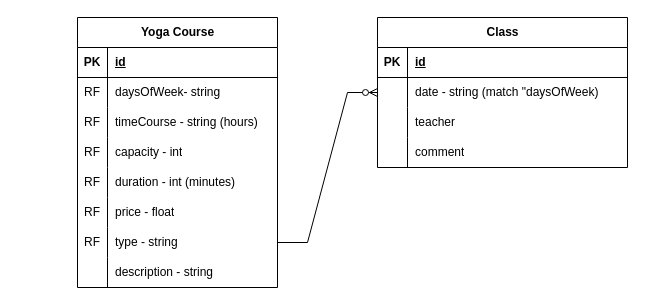
Before: page "Database" (1 of 2) of YogaApp.drawio in HungBuii/Yoga-App, a draw.io diagram. Source tidied: cells renumbered, new cells numbered last; positions are measured from the earlier drawing's top-left corner, leaving out a move shared by most shapes. Both pictures are drawn from the tidied source at 100%, with x=0, y=0 at pixel (77, 17).
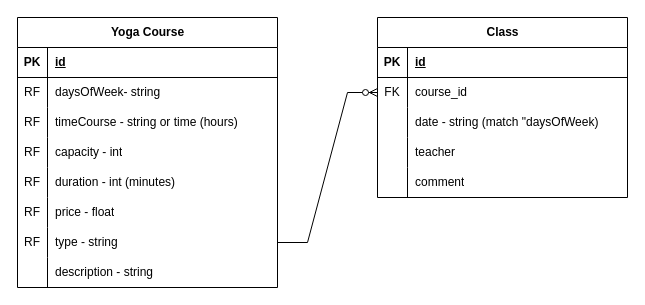
The same diagram, later.

The change refers to these unchanged cells:
```xml
<mxCell id="31" style="shape=tableRow;horizontal=0;startSize=0;swimlaneHead=0;swimlaneBody=0;fillColor=none;points=[[0,0.5],[1,0.5]];portConstraint=eastwest;top=0;left=0;right=0;bottom=0;" parent="27" vertex="1">
  <mxGeometry y="60" width="250" height="30" as="geometry" />
</mxCell>
```

Diff of the diagram source:
```diff
@@
     <mxCell id="2" value="Yoga Course" style="shape=table;startSize=30;childLayout=tableLayout;rowLines=0;fontStyle=1;align=center;html=1;" parent="1" vertex="1">
-      <mxGeometry width="200" height="270" as="geometry" />
+      <mxGeometry x="-60" width="260" height="270" as="geometry" />
     </mxCell>
     <mxCell id="3" style="shape=tableRow;horizontal=0;startSize=0;swimlaneHead=0;swimlaneBody=0;fillColor=none;top=0;left=0;right=0;bottom=1;" parent="2" vertex="1">
-      <mxGeometry y="30" width="200" height="30" as="geometry" />
+      <mxGeometry y="30" width="260" height="30" as="geometry" />
     </mxCell>
@@
     <mxCell id="5" value="id" style="shape=partialRectangle;fillColor=none;top=0;left=0;bottom=0;right=0;align=left;spacingLeft=6;fontStyle=5;overflow=hidden;whiteSpace=wrap;html=1;" parent="3" vertex="1">
-      <mxGeometry x="30" width="170" height="30" as="geometry" />
+      <mxGeometry x="30" width="230" height="30" as="geometry" />
     </mxCell>
     <mxCell id="6" style="shape=tableRow;horizontal=0;startSize=0;swimlaneHead=0;swimlaneBody=0;fillColor=none;top=0;left=0;right=0;bottom=0;" parent="2" vertex="1">
-      <mxGeometry y="60" width="200" height="30" as="geometry" />
+      <mxGeometry y="60" width="260" height="30" as="geometry" />
     </mxCell>
@@
     <mxCell id="8" value="daysOfWeek- string" style="shape=partialRectangle;fillColor=none;top=0;left=0;bottom=0;right=0;align=left;spacingLeft=6;overflow=hidden;whiteSpace=wrap;html=1;" parent="6" vertex="1">
-      <mxGeometry x="30" width="170" height="30" as="geometry" />
+      <mxGeometry x="30" width="230" height="30" as="geometry" />
     </mxCell>
     <mxCell id="9" style="shape=tableRow;horizontal=0;startSize=0;swimlaneHead=0;swimlaneBody=0;fillColor=none;top=0;left=0;right=0;bottom=0;" parent="2" vertex="1">
-      <mxGeometry y="90" width="200" height="30" as="geometry" />
+      <mxGeometry y="90" width="260" height="30" as="geometry" />
     </mxCell>
@@
-    <mxCell id="11" value="timeCourse - string (hours)" style="shape=partialRectangle;fillColor=none;top=0;left=0;bottom=0;right=0;align=left;spacingLeft=6;overflow=hidden;whiteSpace=wrap;html=1;" parent="9" vertex="1">
-      <mxGeometry x="30" width="170" height="30" as="geometry" />
+    <mxCell id="11" value="timeCourse - string or time (hours)" style="shape=partialRectangle;fillColor=none;top=0;left=0;bottom=0;right=0;align=left;spacingLeft=6;overflow=hidden;whiteSpace=wrap;html=1;" parent="9" vertex="1">
+      <mxGeometry x="30" width="230" height="30" as="geometry" />
     </mxCell>
     <mxCell id="12" style="shape=tableRow;horizontal=0;startSize=0;swimlaneHead=0;swimlaneBody=0;fillColor=none;top=0;left=0;right=0;bottom=0;" parent="2" vertex="1">
-      <mxGeometry y="120" width="200" height="30" as="geometry" />
+      <mxGeometry y="120" width="260" height="30" as="geometry" />
     </mxCell>
@@
     <mxCell id="14" value="capacity - int" style="shape=partialRectangle;fillColor=none;top=0;left=0;bottom=0;right=0;align=left;spacingLeft=6;overflow=hidden;whiteSpace=wrap;html=1;" parent="12" vertex="1">
-      <mxGeometry x="30" width="170" height="30" as="geometry" />
+      <mxGeometry x="30" width="230" height="30" as="geometry" />
     </mxCell>
     <mxCell id="15" style="shape=tableRow;horizontal=0;startSize=0;swimlaneHead=0;swimlaneBody=0;fillColor=none;top=0;left=0;right=0;bottom=0;" parent="2" vertex="1">
-      <mxGeometry y="150" width="200" height="30" as="geometry" />
+      <mxGeometry y="150" width="260" height="30" as="geometry" />
     </mxCell>
@@
     <mxCell id="17" value="duration - int (minutes)" style="shape=partialRectangle;fillColor=none;top=0;left=0;bottom=0;right=0;align=left;spacingLeft=6;overflow=hidden;whiteSpace=wrap;html=1;" parent="15" vertex="1">
-      <mxGeometry x="30" width="170" height="30" as="geometry" />
+      <mxGeometry x="30" width="230" height="30" as="geometry" />
     </mxCell>
     <mxCell id="18" style="shape=tableRow;horizontal=0;startSize=0;swimlaneHead=0;swimlaneBody=0;fillColor=none;top=0;left=0;right=0;bottom=0;" parent="2" vertex="1">
-      <mxGeometry y="180" width="200" height="30" as="geometry" />
+      <mxGeometry y="180" width="260" height="30" as="geometry" />
     </mxCell>
@@
     <mxCell id="20" value="price - float" style="shape=partialRectangle;fillColor=none;top=0;left=0;bottom=0;right=0;align=left;spacingLeft=6;overflow=hidden;whiteSpace=wrap;html=1;" parent="18" vertex="1">
-      <mxGeometry x="30" width="170" height="30" as="geometry" />
+      <mxGeometry x="30" width="230" height="30" as="geometry" />
     </mxCell>
     <mxCell id="21" style="shape=tableRow;horizontal=0;startSize=0;swimlaneHead=0;swimlaneBody=0;fillColor=none;points=[[0,0.5],[1,0.5]];portConstraint=eastwest;top=0;left=0;right=0;bottom=0;" parent="2" vertex="1">
-      <mxGeometry y="210" width="200" height="30" as="geometry" />
+      <mxGeometry y="210" width="260" height="30" as="geometry" />
     </mxCell>
@@
     <mxCell id="23" value="type - string" style="shape=partialRectangle;fillColor=none;top=0;left=0;bottom=0;right=0;align=left;spacingLeft=6;overflow=hidden;whiteSpace=wrap;html=1;" parent="21" vertex="1">
-      <mxGeometry x="30" width="170" height="30" as="geometry" />
+      <mxGeometry x="30" width="230" height="30" as="geometry" />
     </mxCell>
     <mxCell id="24" style="shape=tableRow;horizontal=0;startSize=0;swimlaneHead=0;swimlaneBody=0;fillColor=none;top=0;left=0;right=0;bottom=0;" parent="2" vertex="1">
-      <mxGeometry y="240" width="200" height="30" as="geometry" />
+      <mxGeometry y="240" width="260" height="30" as="geometry" />
     </mxCell>
@@
     <mxCell id="26" value="description - string" style="shape=partialRectangle;fillColor=none;top=0;left=0;bottom=0;right=0;align=left;spacingLeft=6;overflow=hidden;whiteSpace=wrap;html=1;" parent="24" vertex="1">
-      <mxGeometry x="30" width="170" height="30" as="geometry" />
+      <mxGeometry x="30" width="230" height="30" as="geometry" />
     </mxCell>
     <mxCell id="27" value="Class" style="shape=table;startSize=30;childLayout=tableLayout;rowLines=0;fontStyle=1;align=center;html=1;" parent="1" vertex="1">
-      <mxGeometry x="300" width="250" height="150" as="geometry" />
+      <mxGeometry x="300" width="250" height="180" as="geometry" />
     </mxCell>
@@
-    <mxCell id="32" style="shape=partialRectangle;fillColor=none;top=0;left=0;bottom=0;right=0;overflow=hidden;whiteSpace=wrap;html=1;" parent="31" vertex="1">
+    <mxCell id="32" value="FK" style="shape=partialRectangle;fillColor=none;top=0;left=0;bottom=0;right=0;overflow=hidden;whiteSpace=wrap;html=1;" parent="31" vertex="1">
       <mxGeometry width="30" height="30" as="geometry" />
     </mxCell>
-    <mxCell id="33" value="date - string (match &quot;daysOfWeek)" style="shape=partialRectangle;fillColor=none;top=0;left=0;bottom=0;right=0;align=left;spacingLeft=6;overflow=hidden;whiteSpace=wrap;html=1;" parent="31" vertex="1">
+    <mxCell id="33" value="course_id" style="shape=partialRectangle;fillColor=none;top=0;left=0;bottom=0;right=0;align=left;spacingLeft=6;overflow=hidden;whiteSpace=wrap;html=1;" parent="31" vertex="1">
       <mxGeometry x="30" width="220" height="30" as="geometry" />
     </mxCell>
+    <mxCell id="41" style="shape=tableRow;horizontal=0;startSize=0;swimlaneHead=0;swimlaneBody=0;fillColor=none;top=0;left=0;right=0;bottom=0;" parent="27" vertex="1">
+      <mxGeometry y="90" width="250" height="30" as="geometry" />
+    </mxCell>
+    <mxCell id="42" style="shape=partialRectangle;fillColor=none;top=0;left=0;bottom=0;right=0;overflow=hidden;whiteSpace=wrap;html=1;" parent="41" vertex="1">
+      <mxGeometry width="30" height="30" as="geometry" />
+    </mxCell>
+    <mxCell id="43" value="date - string (match &quot;daysOfWeek)" style="shape=partialRectangle;fillColor=none;top=0;left=0;bottom=0;right=0;align=left;spacingLeft=6;overflow=hidden;whiteSpace=wrap;html=1;" parent="41" vertex="1">
+      <mxGeometry x="30" width="220" height="30" as="geometry" />
+    </mxCell>
     <mxCell id="34" style="shape=tableRow;horizontal=0;startSize=0;swimlaneHead=0;swimlaneBody=0;fillColor=none;top=0;left=0;right=0;bottom=0;" parent="27" vertex="1">
-      <mxGeometry y="90" width="250" height="30" as="geometry" />
+      <mxGeometry y="120" width="250" height="30" as="geometry" />
     </mxCell>
@@
     <mxCell id="37" style="shape=tableRow;horizontal=0;startSize=0;swimlaneHead=0;swimlaneBody=0;fillColor=none;top=0;left=0;right=0;bottom=0;" parent="27" vertex="1">
-      <mxGeometry y="120" width="250" height="30" as="geometry" />
+      <mxGeometry y="150" width="250" height="30" as="geometry" />
     </mxCell>
```
